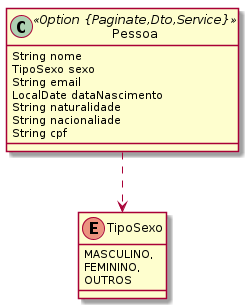
Above: .jdl/app.png in VergilSkye/desafio-java (PlantUML), before the change.
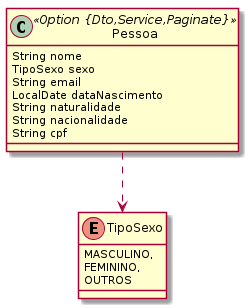
Later version of the same file.

Diff of the diagram source:
```diff
@@ -1,12 +1,12 @@
 @startuml
 	!pragma syntax class
-	class Pessoa <<Option {Paginate,Dto,Service}>> {
+	class Pessoa <<Option {Dto,Service,Paginate}>> {
 		String nome
 		TipoSexo sexo
 		String email
 		LocalDate dataNascimento
 		String naturalidade
-		String nacionaliade
+		String nacionalidade
 		String cpf
 	}
 	Pessoa ..> TipoSexo
```
